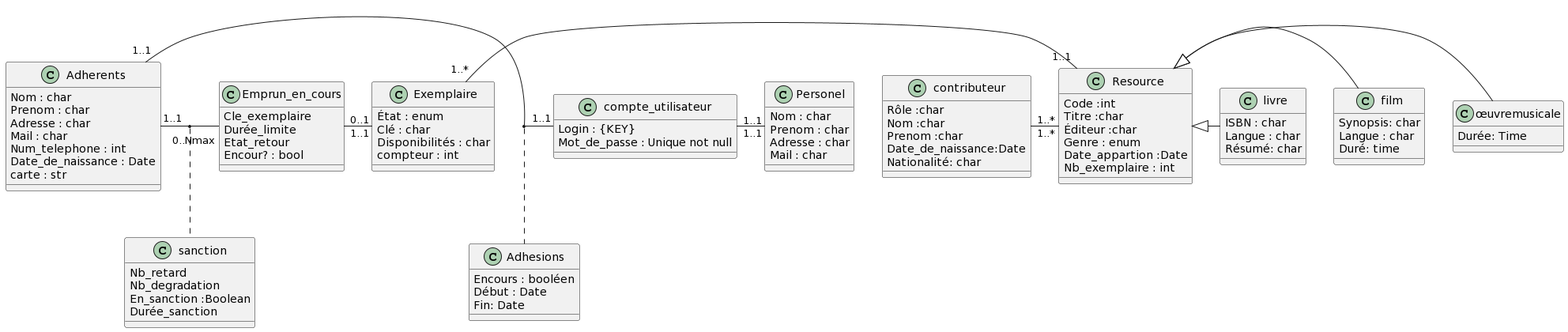
opoussin/ProjetBDD_Gestion_Bibliotheque keeps this PlantUML diagram as Rendu1/UML.png. Above is the earlier version. Source of this version:
```plantuml
@startuml
class Adhesions {
Encours : booléen
Début : Date
Fin: Date
}

class Adherents{
Nom : char
Prenom : char
Adresse : char
Mail : char
Num_telephone : int
Date_de_naissance : Date
carte : str
}

class Personel{
Nom : char
Prenom : char
Adresse : char
Mail : char
}

class Exemplaire {
État : enum
Clé : char
Disponibilités : char
compteur : int
}

Class Resource {
Code :int
Titre :char
Éditeur :char
Genre : enum
Date_appartion :Date
Nb_exemplaire : int
}



class livre {
ISBN : char
Langue : char
Résumé: char
}

class film {
Synopsis: char
Langue : char
Duré: time
}



class œuvremusicale {
Durée: Time
}

Class compte_utilisateur{
Login : {KEY}
Mot_de_passe : Unique not null
}



Class sanction{
Nb_retard
Nb_degradation
En_sanction :Boolean
Durée_sanction
}



Class Emprun_en_cours{
Cle_exemplaire
Durée_limite
Etat_retour
Encour? : bool
}
Class contributeur{
Rôle :char
Nom :char
Prenom :char
Date_de_naissance:Date
Nationalité: char
}
Resource <|- œuvremusicale
Resource <|- film
Resource <|- livre


Adherents "1..1" - "1..1" compte_utilisateur
(Adherents , compte_utilisateur ) .. Adhesions
Emprun_en_cours "0..1" - "1..1" Exemplaire
contributeur "1..*" - "1..*" Resource
Adherents "1..1" - "0..Nmax" Emprun_en_cours
(Adherents , Emprun_en_cours ) .. sanction
compte_utilisateur "1..1" - "1..1" Personel
Exemplaire "1..*" - "1..1" Resource
@enduml
```
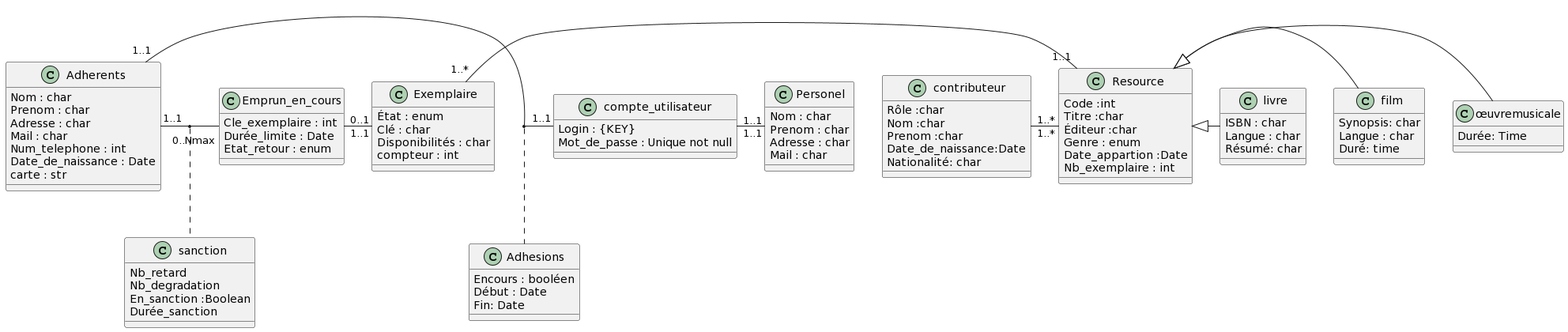
Later version of the same file.

Change to the diagram source:
```diff
@@ -38,8 +38,6 @@
 Nb_exemplaire : int
 }
 
-
-
 class livre {
 ISBN : char
 Langue : char
@@ -52,8 +50,6 @@
 Duré: time
 }
 
-
-
 class œuvremusicale {
 Durée: Time
 }
@@ -63,8 +59,6 @@
 Mot_de_passe : Unique not null
 }
 
-
-
 Class sanction{
 Nb_retard
 Nb_degradation
@@ -72,14 +66,12 @@
 Durée_sanction
 }
 
+Class Emprun_en_cours{
+Cle_exemplaire : int
+Durée_limite : Date
+Etat_retour : enum
+}
 
-
-Class Emprun_en_cours{
-Cle_exemplaire
-Durée_limite
-Etat_retour
-Encour? : bool
-}
 Class contributeur{
 Rôle :char
 Nom :char
@@ -87,17 +79,19 @@
 Date_de_naissance:Date
 Nationalité: char
 }
+
 Resource <|- œuvremusicale
 Resource <|- film
 Resource <|- livre
 
-
 Adherents "1..1" - "1..1" compte_utilisateur
 (Adherents , compte_utilisateur ) .. Adhesions
+
 Emprun_en_cours "0..1" - "1..1" Exemplaire
 contributeur "1..*" - "1..*" Resource
 Adherents "1..1" - "0..Nmax" Emprun_en_cours
 (Adherents , Emprun_en_cours ) .. sanction
+
 compte_utilisateur "1..1" - "1..1" Personel
 Exemplaire "1..*" - "1..1" Resource
 @enduml
```
